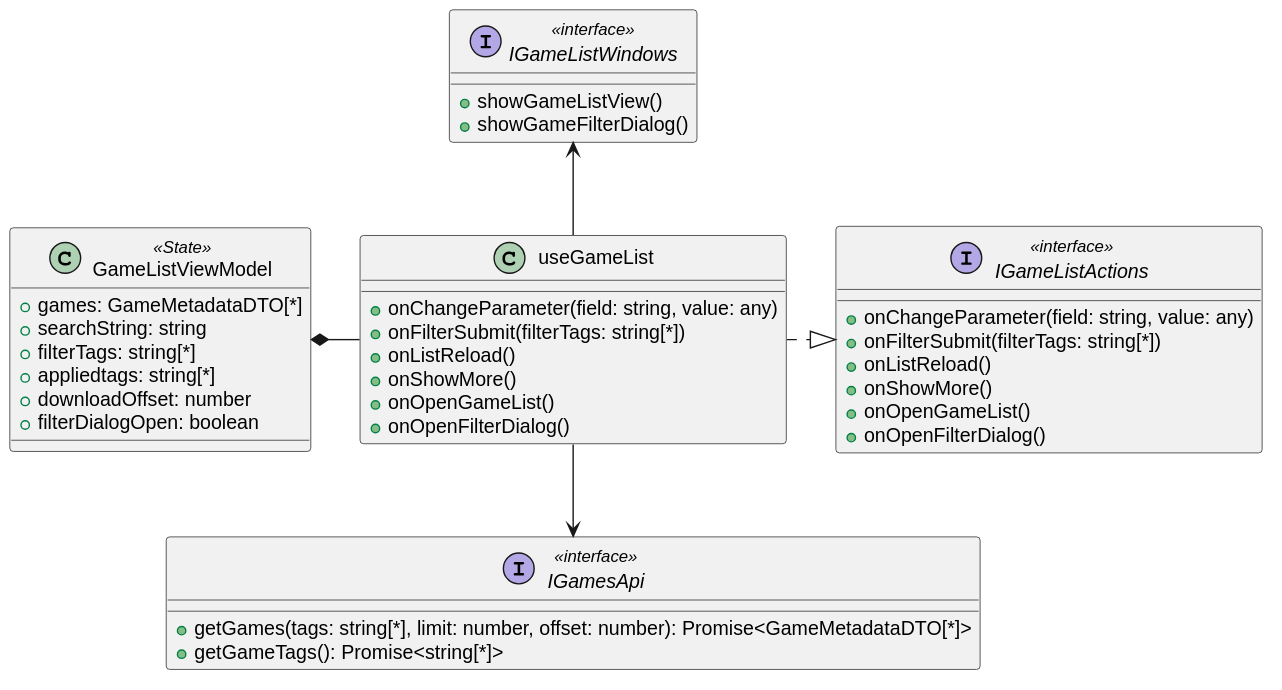
Igor-Ochocki/POP-2026Z keeps this PlantUML diagram as diagrams/frontend/rendered/game-list-presenter.svg. Above is the earlier version.
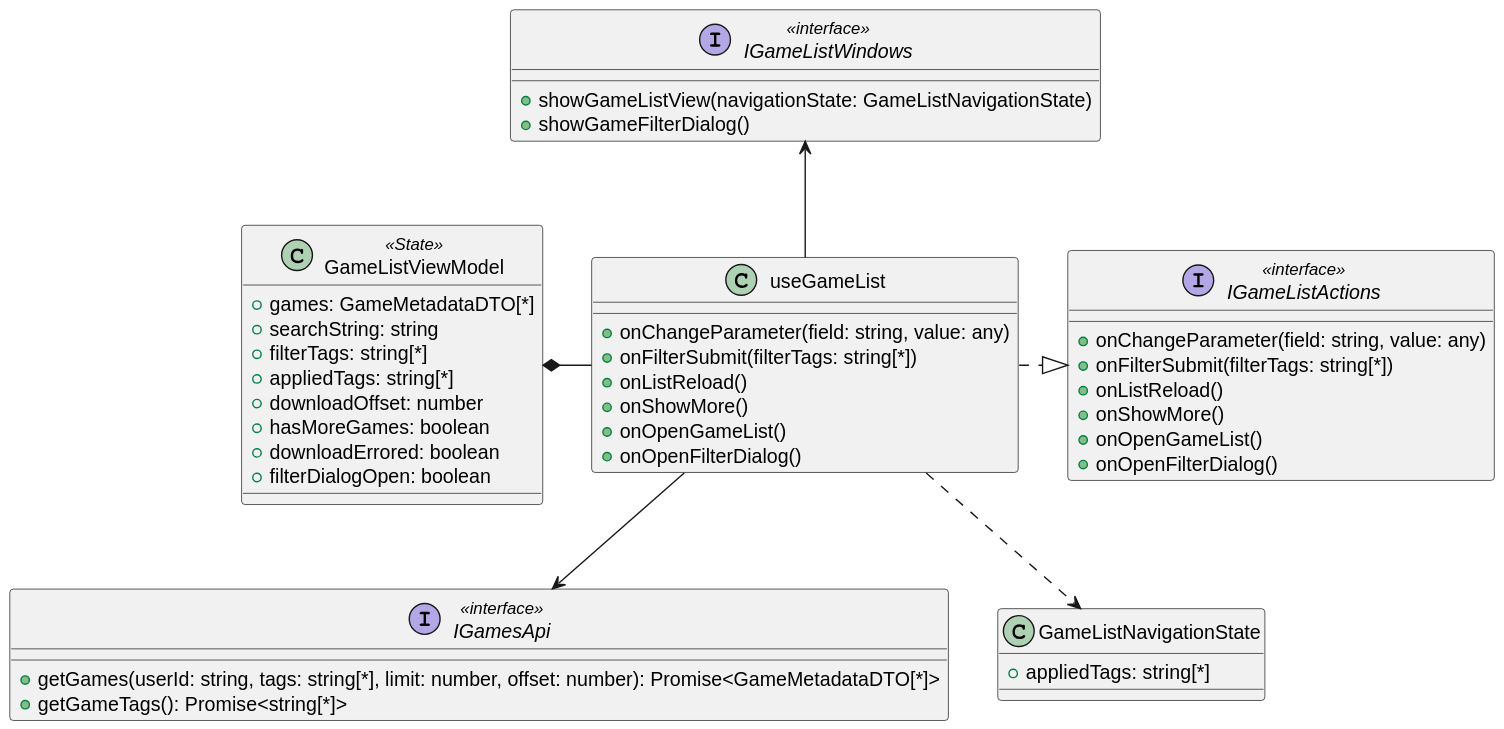
After the change.

Diff of the diagram source:
```diff
@@ -9,12 +9,12 @@
 }
 
 interface IGamesApi <<interface>> {
-    +getGames(tags: string[*], limit: number, offset: number): Promise<GameMetadataDTO[*]>
+    +getGames(userId: string, tags: string[*], limit: number, offset: number): Promise<GameMetadataDTO[*]>
     +getGameTags(): Promise<string[*]>
 }
 
 interface IGameListWindows <<interface>> {
-    +showGameListView()
+    +showGameListView(navigationState: GameListNavigationState)
     +showGameFilterDialog()
 }
 
@@ -31,13 +31,20 @@
     +games: GameMetadataDTO[*]
     +searchString: string
     +filterTags: string[*]
-    +appliedtags: string[*]
+    +appliedTags: string[*]
     +downloadOffset: number
+    +hasMoreGames: boolean
+    +downloadErrored: boolean
     +filterDialogOpen: boolean
+}
+
+class GameListNavigationState {
+    +appliedTags: string[*]
 }
 
 useGameList -u-> IGameListWindows
 useGameList .|> IGameListActions
 useGameList -->  IGamesApi
 GameListViewModel *- useGameList
+useGameList ..> GameListNavigationState
 @enduml
```
